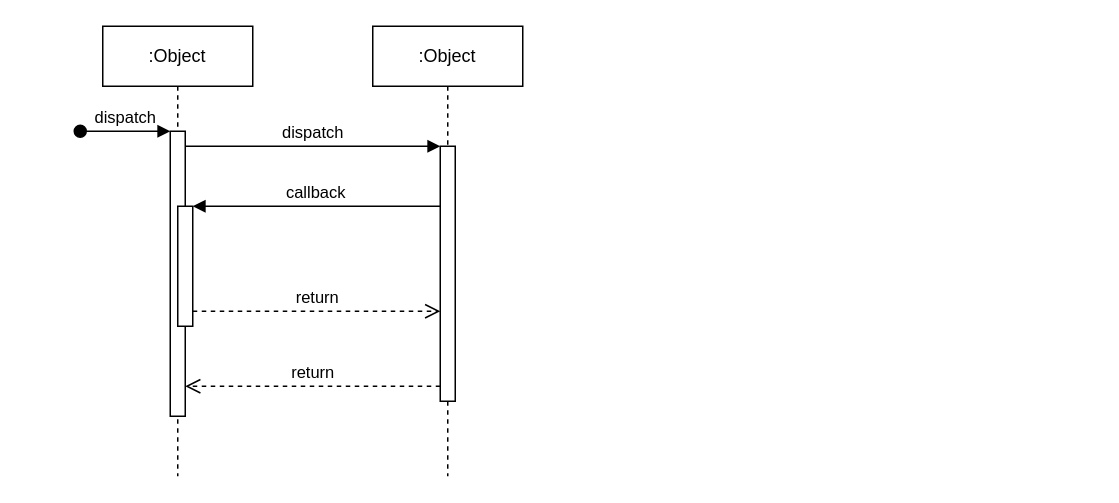
Before: Tauc-时序图.drawio in Dntls/Book, a draw.io diagram. Source tidied: cells renumbered, new cells numbered last; positions are measured from the earlier drawing's top-left corner, leaving out a move shared by most shapes. Both pictures are drawn from the tidied source at 150%, with x=0, y=0 at pixel (80, 26).
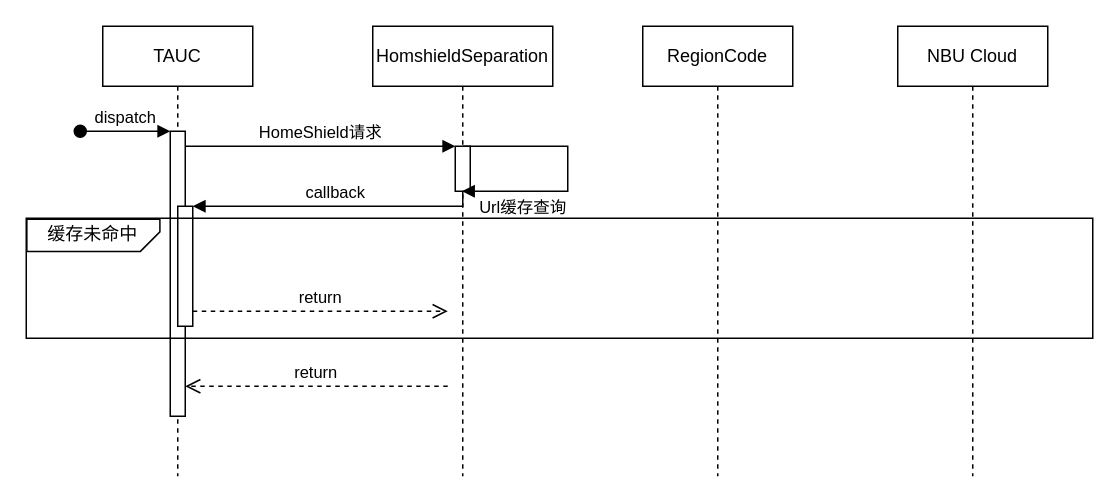
After the change.

Commit message:
更新Tauc-时序图.drawio

Unchanged cells that the change refers to:
```xml
<mxCell id="3" style="html=1;points=[];perimeter=orthogonalPerimeter;outlineConnect=0;targetShapes=umlLifeline;portConstraint=eastwest;newEdgeStyle={&quot;edgeStyle&quot;:&quot;elbowEdgeStyle&quot;,&quot;elbow&quot;:&quot;vertical&quot;,&quot;curved&quot;:0,&quot;rounded&quot;:0};" parent="2" vertex="1">
  <mxGeometry x="45" y="70" width="10" height="190" as="geometry" />
</mxCell>
<mxCell id="5" style="html=1;points=[];perimeter=orthogonalPerimeter;outlineConnect=0;targetShapes=umlLifeline;portConstraint=eastwest;newEdgeStyle={&quot;edgeStyle&quot;:&quot;elbowEdgeStyle&quot;,&quot;elbow&quot;:&quot;vertical&quot;,&quot;curved&quot;:0,&quot;rounded&quot;:0};" parent="2" vertex="1">
  <mxGeometry x="50" y="120" width="10" height="80" as="geometry" />
</mxCell>
```

Change to the diagram source:
```diff
@@
-    <mxCell id="2" value=":Object" style="shape=umlLifeline;perimeter=lifelinePerimeter;whiteSpace=wrap;html=1;newEdgeStyle={&quot;edgeStyle&quot;:&quot;elbowEdgeStyle&quot;,&quot;elbow&quot;:&quot;vertical&quot;,&quot;curved&quot;:0,&quot;rounded&quot;:0};" parent="1" vertex="1">
+    <mxCell id="2" value="TAUC" style="shape=umlLifeline;perimeter=lifelinePerimeter;whiteSpace=wrap;html=1;newEdgeStyle={&quot;edgeStyle&quot;:&quot;elbowEdgeStyle&quot;,&quot;elbow&quot;:&quot;vertical&quot;,&quot;curved&quot;:0,&quot;rounded&quot;:0};" parent="1" vertex="1">
       <mxGeometry x="15" width="100" height="300" as="geometry" />
     </mxCell>
@@
-    <mxCell id="6" value=":Object" style="shape=umlLifeline;perimeter=lifelinePerimeter;whiteSpace=wrap;html=1;outlineConnect=0;portConstraint=eastwest;newEdgeStyle={&quot;edgeStyle&quot;:&quot;elbowEdgeStyle&quot;,&quot;elbow&quot;:&quot;vertical&quot;,&quot;curved&quot;:0,&quot;rounded&quot;:0};" parent="1" vertex="1">
-      <mxGeometry x="195" width="100" height="300" as="geometry" />
+    <mxCell id="6" value="HomshieldSeparation" style="shape=umlLifeline;perimeter=lifelinePerimeter;whiteSpace=wrap;html=1;outlineConnect=0;portConstraint=eastwest;newEdgeStyle={&quot;edgeStyle&quot;:&quot;elbowEdgeStyle&quot;,&quot;elbow&quot;:&quot;vertical&quot;,&quot;curved&quot;:0,&quot;rounded&quot;:0};" parent="1" vertex="1">
+      <mxGeometry x="195" width="120" height="300" as="geometry" />
     </mxCell>
     <mxCell id="7" style="html=1;points=[];perimeter=orthogonalPerimeter;outlineConnect=0;targetShapes=umlLifeline;portConstraint=eastwest;newEdgeStyle={&quot;edgeStyle&quot;:&quot;elbowEdgeStyle&quot;,&quot;elbow&quot;:&quot;vertical&quot;,&quot;curved&quot;:0,&quot;rounded&quot;:0};" parent="6" vertex="1">
-      <mxGeometry x="45" y="80" width="10" height="170" as="geometry" />
+      <mxGeometry x="55" y="80" width="10" height="30" as="geometry" />
     </mxCell>
-    <mxCell id="8" value="dispatch" style="html=1;verticalAlign=bottom;endArrow=block;edgeStyle=elbowEdgeStyle;elbow=vertical;curved=0;rounded=0;" parent="1" edge="1" source="3" target="7">
+    <mxCell id="8" value="HomeShield请求" style="html=1;verticalAlign=bottom;endArrow=block;edgeStyle=elbowEdgeStyle;elbow=vertical;curved=0;rounded=0;" parent="1" edge="1" source="3" target="7">
       <mxGeometry relative="1" as="geometry">
         <Array as="points">
           <mxPoint x="155" y="80" />
         </Array>
       </mxGeometry>
     </mxCell>
-    <mxCell id="9" value="return" style="html=1;verticalAlign=bottom;endArrow=open;dashed=1;endSize=8;edgeStyle=elbowEdgeStyle;elbow=vertical;curved=0;rounded=0;" parent="1" edge="1" source="7" target="3">
+    <mxCell id="9" value="return" style="html=1;verticalAlign=bottom;endArrow=open;dashed=1;endSize=8;edgeStyle=elbowEdgeStyle;elbow=vertical;curved=0;rounded=0;" parent="1" edge="1" target="3">
       <mxGeometry relative="1" as="geometry">
+        <mxPoint x="245" y="240" as="sourcePoint" />
         <Array as="points">
           <mxPoint x="165" y="240" />
         </Array>
       </mxGeometry>
     </mxCell>
@@
-    <mxCell id="11" value="return" style="html=1;verticalAlign=bottom;endArrow=open;dashed=1;endSize=8;edgeStyle=elbowEdgeStyle;elbow=vertical;curved=0;rounded=0;" parent="1" edge="1" source="5" target="7">
+    <mxCell id="11" value="return" style="html=1;verticalAlign=bottom;endArrow=open;dashed=1;endSize=8;edgeStyle=elbowEdgeStyle;elbow=vertical;curved=0;rounded=0;" parent="1" edge="1" source="5">
       <mxGeometry relative="1" as="geometry">
+        <mxPoint x="245" y="190" as="targetPoint" />
         <Array as="points">
           <mxPoint x="155" y="190" />
         </Array>
       </mxGeometry>
     </mxCell>
+    <mxCell id="12" value="RegionCode" style="shape=umlLifeline;perimeter=lifelinePerimeter;whiteSpace=wrap;html=1;newEdgeStyle={&quot;edgeStyle&quot;:&quot;elbowEdgeStyle&quot;,&quot;elbow&quot;:&quot;vertical&quot;,&quot;curved&quot;:0,&quot;rounded&quot;:0};" parent="1" vertex="1">
+      <mxGeometry x="375" width="100" height="300" as="geometry" />
+    </mxCell>
+    <mxCell id="13" value="Url缓存查询" style="html=1;verticalAlign=bottom;endArrow=block;edgeStyle=orthogonalEdgeStyle;elbow=vertical;rounded=0;" parent="1" edge="1" target="6">
+      <mxGeometry x="0.53" y="20" relative="1" as="geometry">
+        <mxPoint x="255" y="80" as="sourcePoint" />
+        <Array as="points">
+          <mxPoint x="325" y="80" />
+          <mxPoint x="325" y="110" />
+        </Array>
+      </mxGeometry>
+    </mxCell>
+    <mxCell id="14" style="rounded=0;whiteSpace=wrap;html=1;fillColor=none;" parent="1" vertex="1">
+      <mxGeometry x="-36" y="128" width="711" height="80" as="geometry" />
+    </mxCell>
+    <mxCell id="15" value="缓存未命中" style="shape=card;whiteSpace=wrap;html=1;rotation=90;flipH=1;size=13;horizontal=0;fillColor=none;" parent="1" vertex="1">
+      <mxGeometry x="-2" y="95" width="21.5" height="88.7" as="geometry" />
+    </mxCell>
+    <mxCell id="16" value="NBU Cloud" style="shape=umlLifeline;perimeter=lifelinePerimeter;whiteSpace=wrap;html=1;newEdgeStyle={&quot;edgeStyle&quot;:&quot;elbowEdgeStyle&quot;,&quot;elbow&quot;:&quot;vertical&quot;,&quot;curved&quot;:0,&quot;rounded&quot;:0};" parent="1" vertex="1">
+      <mxGeometry x="545" width="100" height="300" as="geometry" />
+    </mxCell>
```
